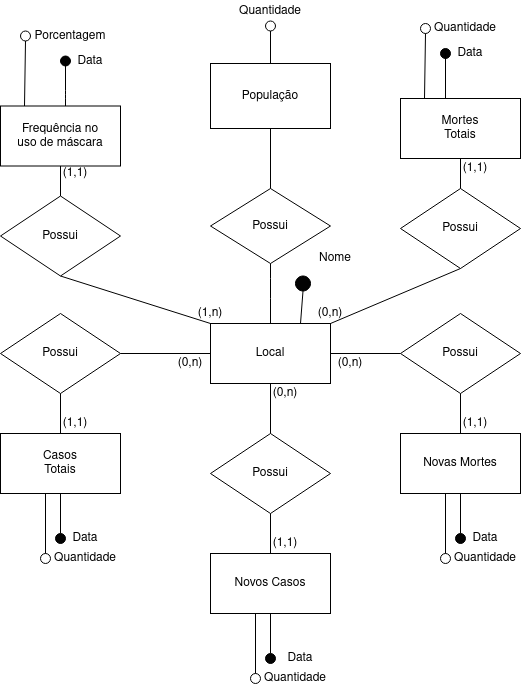
vinidantas98/MC536-Trabalho-Final keeps this draw.io diagram as final/assets/modelo-conceitual.png. Above is the earlier version. Source tidied: cells renumbered, new cells last; positions are measured from the earlier drawing's top-left corner, leaving out a move shared by most shapes.
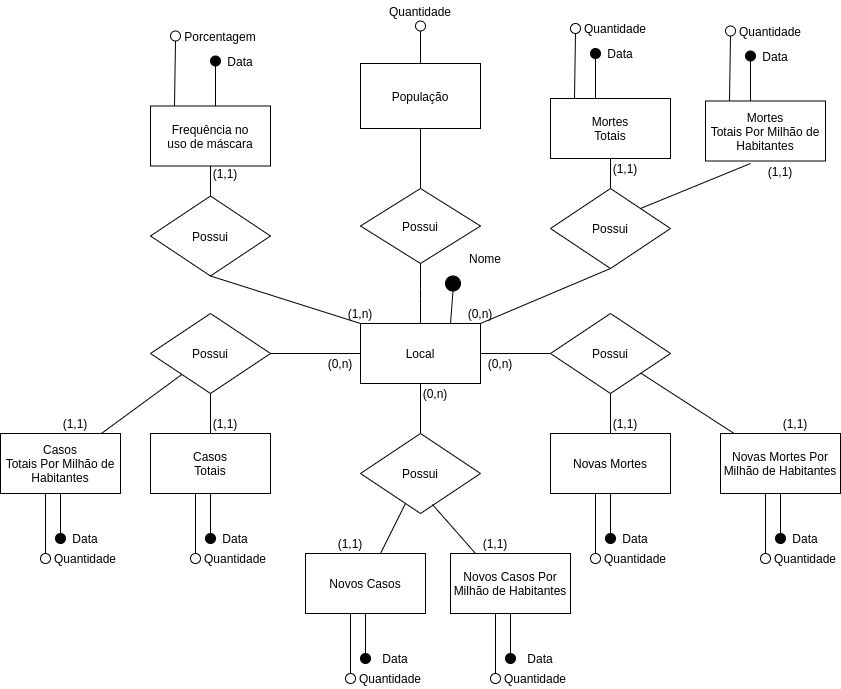
After the change.

The edit, as a diff of the source:
```diff
@@ -24,26 +24,26 @@
       <mxGeometry relative="1" as="geometry" />
     </mxCell>
     <mxCell id="9" value="&lt;div&gt;Novos Casos&lt;/div&gt;" style="rounded=0;whiteSpace=wrap;html=1;fillColor=#FFFFFF;" parent="1" vertex="1">
-      <mxGeometry x="210" y="553" width="120" height="60" as="geometry" />
+      <mxGeometry x="155" y="553" width="120" height="60" as="geometry" />
     </mxCell>
-    <mxCell id="10" style="ellipse;whiteSpace=wrap;html=1;fillColor=#030303;" parent="1" vertex="1">
-      <mxGeometry x="265" y="653" width="10" height="10" as="geometry" />
-    </mxCell>
-    <mxCell id="11" style="ellipse;whiteSpace=wrap;html=1;fillColor=#FFFFFF;" parent="1" vertex="1">
-      <mxGeometry x="250" y="673" width="10" height="10" as="geometry" />
-    </mxCell>
-    <mxCell id="12" style="endArrow=none;html=1;exitX=0.5;exitY=0;exitDx=0;exitDy=0;" parent="1" edge="1" source="10" target="9">
-      <mxGeometry relative="1" as="geometry" />
-    </mxCell>
-    <mxCell id="13" style="endArrow=none;html=1;entryX=0.5;entryY=0;entryDx=0;entryDy=0;exitX=0.375;exitY=1;exitDx=0;exitDy=0;exitPerimeter=0;" parent="1" edge="1" source="9" target="11">
-      <mxGeometry relative="1" as="geometry" />
-    </mxCell>
-    <mxCell id="14" value="Data" style="text;html=1;strokeColor=none;fillColor=none;align=center;verticalAlign=middle;whiteSpace=wrap;rounded=0;" parent="1" vertex="1">
-      <mxGeometry x="280" y="648" width="40" height="20" as="geometry" />
-    </mxCell>
-    <mxCell id="15" value="Quantidade" style="text;html=1;strokeColor=none;fillColor=none;align=center;verticalAlign=middle;whiteSpace=wrap;rounded=0;" parent="1" vertex="1">
-      <mxGeometry x="275" y="668" width="40" height="20" as="geometry" />
-    </mxCell>
+    <mxCell id="76" style="ellipse;whiteSpace=wrap;html=1;fillColor=#030303;" parent="1" vertex="1">
+      <mxGeometry x="210" y="653" width="10" height="10" as="geometry" />
+    </mxCell>
+    <mxCell id="77" style="ellipse;whiteSpace=wrap;html=1;fillColor=#FFFFFF;" parent="1" vertex="1">
+      <mxGeometry x="195" y="673" width="10" height="10" as="geometry" />
+    </mxCell>
+    <mxCell id="78" style="endArrow=none;html=1;exitX=0.5;exitY=0;exitDx=0;exitDy=0;" parent="1" edge="1" source="76" target="9">
+      <mxGeometry relative="1" as="geometry" />
+    </mxCell>
+    <mxCell id="79" style="endArrow=none;html=1;entryX=0.5;entryY=0;entryDx=0;entryDy=0;exitX=0.375;exitY=1;exitDx=0;exitDy=0;exitPerimeter=0;" parent="1" edge="1" source="9" target="77">
+      <mxGeometry relative="1" as="geometry" />
+    </mxCell>
+    <mxCell id="80" value="Data" style="text;html=1;strokeColor=none;fillColor=none;align=center;verticalAlign=middle;whiteSpace=wrap;rounded=0;" parent="1" vertex="1">
+      <mxGeometry x="225" y="648" width="40" height="20" as="geometry" />
+    </mxCell>
+    <mxCell id="81" value="Quantidade" style="text;html=1;strokeColor=none;fillColor=none;align=center;verticalAlign=middle;whiteSpace=wrap;rounded=0;" parent="1" vertex="1">
+      <mxGeometry x="220" y="668" width="40" height="20" as="geometry" />
+    </mxCell>
     <mxCell id="16" value="&lt;div&gt;Possui&lt;/div&gt;" style="rhombus;whiteSpace=wrap;html=1;fillColor=#FFFFFF;" parent="1" vertex="1">
       <mxGeometry x="400" y="313" width="120" height="80" as="geometry" />
     </mxCell>
@@ -110,11 +110,11 @@
     <mxCell id="37" style="ellipse;whiteSpace=wrap;html=1;fillColor=#030303;" parent="1" vertex="1">
       <mxGeometry x="440" y="48" width="10" height="10" as="geometry" />
     </mxCell>
-    <mxCell id="38" style="endArrow=none;html=1;entryX=0.5;entryY=1;entryDx=0;entryDy=0;" parent="1" edge="1" target="37">
-      <mxGeometry relative="1" as="geometry">
-        <mxPoint x="445" y="98" as="sourcePoint" />
-      </mxGeometry>
-    </mxCell>
+    <mxCell id="82" style="endArrow=none;html=1;entryX=0.5;entryY=1;entryDx=0;entryDy=0;" parent="1" edge="1" target="37">
+      <mxGeometry relative="1" as="geometry">
+        <mxPoint x="445" y="98" as="sourcePoint" />
+      </mxGeometry>
+    </mxCell>
     <mxCell id="39" value="Data" style="text;html=1;strokeColor=none;fillColor=none;align=center;verticalAlign=middle;whiteSpace=wrap;rounded=0;" parent="1" vertex="1">
       <mxGeometry x="450" y="43" width="40" height="20" as="geometry" />
     </mxCell>
@@ -178,9 +178,9 @@
     <mxCell id="59" value="(0,n)" style="text;html=1;strokeColor=none;fillColor=none;align=center;verticalAlign=middle;whiteSpace=wrap;rounded=0;" parent="1" vertex="1">
       <mxGeometry x="330" y="353" width="40" height="20" as="geometry" />
     </mxCell>
-    <mxCell id="60" value="(1,1)" style="text;html=1;strokeColor=none;fillColor=none;align=center;verticalAlign=middle;whiteSpace=wrap;rounded=0;" parent="1" vertex="1">
-      <mxGeometry x="265" y="533" width="40" height="20" as="geometry" />
-    </mxCell>
+    <mxCell id="83" value="(1,1)" style="text;html=1;strokeColor=none;fillColor=none;align=center;verticalAlign=middle;whiteSpace=wrap;rounded=0;" parent="1" vertex="1">
+      <mxGeometry x="180" y="533" width="40" height="20" as="geometry" />
+    </mxCell>
     <mxCell id="61" value="(1,1)" style="text;html=1;strokeColor=none;fillColor=none;align=center;verticalAlign=middle;whiteSpace=wrap;rounded=0;" parent="1" vertex="1">
       <mxGeometry x="455" y="413" width="40" height="20" as="geometry" />
     </mxCell>
@@ -212,40 +212,168 @@
     <mxCell id="69" style="ellipse;whiteSpace=wrap;html=1;fillColor=#FFFFFF;" parent="1" vertex="1">
       <mxGeometry x="265" y="20.5" width="10" height="10" as="geometry" />
     </mxCell>
-    <mxCell id="70" style="endArrow=none;html=1;entryX=0.5;entryY=1;entryDx=0;entryDy=0;" parent="1" edge="1" target="37">
-      <mxGeometry relative="1" as="geometry">
-        <mxPoint x="445" y="98" as="sourcePoint" />
-        <Array as="points">
-          <mxPoint x="445" y="88" />
-        </Array>
-      </mxGeometry>
-    </mxCell>
-    <mxCell id="71" style="endArrow=none;html=1;entryX=0.5;entryY=0.5;entryDx=0;entryDy=0;entryPerimeter=0;" parent="1" edge="1" target="37">
-      <mxGeometry relative="1" as="geometry">
-        <mxPoint x="445" y="98" as="sourcePoint" />
-        <Array as="points">
-          <mxPoint x="445" y="88" />
-        </Array>
-      </mxGeometry>
-    </mxCell>
+    <mxCell id="84" style="endArrow=none;html=1;entryX=0.5;entryY=1;entryDx=0;entryDy=0;" parent="1" edge="1" target="37">
+      <mxGeometry relative="1" as="geometry">
+        <mxPoint x="445" y="98" as="sourcePoint" />
+        <Array as="points">
+          <mxPoint x="445" y="88" />
+        </Array>
+      </mxGeometry>
+    </mxCell>
+    <mxCell id="85" style="endArrow=none;html=1;entryX=0.5;entryY=0.5;entryDx=0;entryDy=0;entryPerimeter=0;" parent="1" edge="1" target="37">
+      <mxGeometry relative="1" as="geometry">
+        <mxPoint x="445" y="98" as="sourcePoint" />
+        <Array as="points">
+          <mxPoint x="445" y="88" />
+        </Array>
+      </mxGeometry>
+    </mxCell>
     <mxCell id="72" value="Data" style="text;html=1;strokeColor=none;fillColor=none;align=center;verticalAlign=middle;whiteSpace=wrap;rounded=0;" parent="1" vertex="1">
       <mxGeometry x="70" y="50.5" width="40" height="20" as="geometry" />
     </mxCell>
-    <mxCell id="73" style="endArrow=none;html=1;entryX=0.5;entryY=0.5;entryDx=0;entryDy=0;entryPerimeter=0;startArrow=none;" parent="1" edge="1" source="74">
-      <mxGeometry relative="1" as="geometry">
-        <mxPoint x="65" y="60.5" as="targetPoint" />
-      </mxGeometry>
-    </mxCell>
+    <mxCell id="86" style="endArrow=none;html=1;entryX=0.5;entryY=0.5;entryDx=0;entryDy=0;entryPerimeter=0;startArrow=none;" parent="1" edge="1" source="74">
+      <mxGeometry relative="1" as="geometry">
+        <mxPoint x="65" y="60.5" as="targetPoint" />
+      </mxGeometry>
+    </mxCell>
     <mxCell id="74" style="ellipse;whiteSpace=wrap;html=1;fillColor=#030303;" parent="1" vertex="1">
       <mxGeometry x="60" y="55.5" width="10" height="10" as="geometry" />
     </mxCell>
-    <mxCell id="75" style="endArrow=none;html=1;entryX=0.5;entryY=0.5;entryDx=0;entryDy=0;entryPerimeter=0;" parent="1" edge="1" target="74">
-      <mxGeometry relative="1" as="geometry">
-        <mxPoint x="65" y="105.5" as="sourcePoint" />
-        <Array as="points">
-          <mxPoint x="65" y="95.5" />
-        </Array>
-      </mxGeometry>
-    </mxCell>
+    <mxCell id="87" style="endArrow=none;html=1;entryX=0.5;entryY=0.5;entryDx=0;entryDy=0;entryPerimeter=0;" parent="1" edge="1" target="74">
+      <mxGeometry relative="1" as="geometry">
+        <mxPoint x="65" y="105.5" as="sourcePoint" />
+        <Array as="points">
+          <mxPoint x="65" y="95.5" />
+        </Array>
+      </mxGeometry>
+    </mxCell>
+    <mxCell id="88" value="&lt;div&gt;Novos Casos Por Milhão de Habitantes&lt;/div&gt;" style="rounded=0;whiteSpace=wrap;html=1;fillColor=#FFFFFF;" parent="1" vertex="1">
+      <mxGeometry x="300" y="553" width="120" height="60" as="geometry" />
+    </mxCell>
+    <mxCell id="89" style="ellipse;whiteSpace=wrap;html=1;fillColor=#030303;" parent="1" vertex="1">
+      <mxGeometry x="355" y="653" width="10" height="10" as="geometry" />
+    </mxCell>
+    <mxCell id="90" style="ellipse;whiteSpace=wrap;html=1;fillColor=#FFFFFF;" parent="1" vertex="1">
+      <mxGeometry x="340" y="673" width="10" height="10" as="geometry" />
+    </mxCell>
+    <mxCell id="91" style="endArrow=none;html=1;exitX=0.5;exitY=0;exitDx=0;exitDy=0;" parent="1" edge="1" source="89" target="88">
+      <mxGeometry relative="1" as="geometry" />
+    </mxCell>
+    <mxCell id="92" style="endArrow=none;html=1;entryX=0.5;entryY=0;entryDx=0;entryDy=0;exitX=0.375;exitY=1;exitDx=0;exitDy=0;exitPerimeter=0;" parent="1" edge="1" source="88" target="90">
+      <mxGeometry relative="1" as="geometry" />
+    </mxCell>
+    <mxCell id="93" value="Data" style="text;html=1;strokeColor=none;fillColor=none;align=center;verticalAlign=middle;whiteSpace=wrap;rounded=0;" parent="1" vertex="1">
+      <mxGeometry x="370" y="648" width="40" height="20" as="geometry" />
+    </mxCell>
+    <mxCell id="94" value="Quantidade" style="text;html=1;strokeColor=none;fillColor=none;align=center;verticalAlign=middle;whiteSpace=wrap;rounded=0;" parent="1" vertex="1">
+      <mxGeometry x="365" y="668" width="40" height="20" as="geometry" />
+    </mxCell>
+    <mxCell id="95" value="(1,1)" style="text;html=1;strokeColor=none;fillColor=none;align=center;verticalAlign=middle;whiteSpace=wrap;rounded=0;" parent="1" vertex="1">
+      <mxGeometry x="325" y="533" width="40" height="20" as="geometry" />
+    </mxCell>
+    <mxCell id="96" style="endArrow=none;html=1;entryX=0.6;entryY=0.888;entryDx=0;entryDy=0;entryPerimeter=0;exitX=0;exitY=1;exitDx=0;exitDy=0;" parent="1" edge="1" source="95" target="6">
+      <mxGeometry relative="1" as="geometry" />
+    </mxCell>
+    <mxCell id="97" style="endArrow=none;html=1;" parent="1" edge="1" source="98" target="26">
+      <mxGeometry relative="1" as="geometry" />
+    </mxCell>
+    <mxCell id="98" value="&lt;div&gt;Casos&lt;/div&gt;&lt;div&gt;Totais Por Milhão de Habitantes&lt;br&gt;&lt;/div&gt;" style="rounded=0;whiteSpace=wrap;html=1;fillColor=#FFFFFF;" parent="1" vertex="1">
+      <mxGeometry x="-150" y="433" width="120" height="60" as="geometry" />
+    </mxCell>
+    <mxCell id="99" style="ellipse;whiteSpace=wrap;html=1;fillColor=#030303;" parent="1" vertex="1">
+      <mxGeometry x="-95" y="533" width="10" height="10" as="geometry" />
+    </mxCell>
+    <mxCell id="100" style="ellipse;whiteSpace=wrap;html=1;fillColor=#FFFFFF;" parent="1" vertex="1">
+      <mxGeometry x="-110" y="553" width="10" height="10" as="geometry" />
+    </mxCell>
+    <mxCell id="101" style="endArrow=none;html=1;exitX=0.5;exitY=0;exitDx=0;exitDy=0;" parent="1" edge="1" source="99" target="98">
+      <mxGeometry relative="1" as="geometry" />
+    </mxCell>
+    <mxCell id="102" style="endArrow=none;html=1;entryX=0.5;entryY=0;entryDx=0;entryDy=0;exitX=0.375;exitY=1;exitDx=0;exitDy=0;exitPerimeter=0;" parent="1" edge="1" source="98" target="100">
+      <mxGeometry relative="1" as="geometry" />
+    </mxCell>
+    <mxCell id="103" value="Data" style="text;html=1;strokeColor=none;fillColor=none;align=center;verticalAlign=middle;whiteSpace=wrap;rounded=0;" parent="1" vertex="1">
+      <mxGeometry x="-85" y="528" width="40" height="20" as="geometry" />
+    </mxCell>
+    <mxCell id="104" value="Quantidade" style="text;html=1;strokeColor=none;fillColor=none;align=center;verticalAlign=middle;whiteSpace=wrap;rounded=0;" parent="1" vertex="1">
+      <mxGeometry x="-85" y="548" width="40" height="20" as="geometry" />
+    </mxCell>
+    <mxCell id="105" value="(1,1)" style="text;html=1;strokeColor=none;fillColor=none;align=center;verticalAlign=middle;whiteSpace=wrap;rounded=0;" parent="1" vertex="1">
+      <mxGeometry x="-95" y="413" width="40" height="20" as="geometry" />
+    </mxCell>
+    <mxCell id="106" style="endArrow=none;html=1;" parent="1" edge="1" source="107" target="16">
+      <mxGeometry relative="1" as="geometry" />
+    </mxCell>
+    <mxCell id="107" value="&lt;div&gt;Novas Mortes Por Milhão de Habitantes&lt;/div&gt;" style="rounded=0;whiteSpace=wrap;html=1;fillColor=#FFFFFF;" parent="1" vertex="1">
+      <mxGeometry x="570" y="433" width="120" height="60" as="geometry" />
+    </mxCell>
+    <mxCell id="108" style="ellipse;whiteSpace=wrap;html=1;fillColor=#030303;" parent="1" vertex="1">
+      <mxGeometry x="625" y="533" width="10" height="10" as="geometry" />
+    </mxCell>
+    <mxCell id="109" style="ellipse;whiteSpace=wrap;html=1;fillColor=#FFFFFF;" parent="1" vertex="1">
+      <mxGeometry x="610" y="553" width="10" height="10" as="geometry" />
+    </mxCell>
+    <mxCell id="110" style="endArrow=none;html=1;exitX=0.5;exitY=0;exitDx=0;exitDy=0;" parent="1" edge="1" source="108" target="107">
+      <mxGeometry relative="1" as="geometry" />
+    </mxCell>
+    <mxCell id="111" style="endArrow=none;html=1;entryX=0.5;entryY=0;entryDx=0;entryDy=0;exitX=0.375;exitY=1;exitDx=0;exitDy=0;exitPerimeter=0;" parent="1" edge="1" source="107" target="109">
+      <mxGeometry relative="1" as="geometry" />
+    </mxCell>
+    <mxCell id="112" value="Data" style="text;html=1;strokeColor=none;fillColor=none;align=center;verticalAlign=middle;whiteSpace=wrap;rounded=0;" parent="1" vertex="1">
+      <mxGeometry x="635" y="528" width="40" height="20" as="geometry" />
+    </mxCell>
+    <mxCell id="113" value="Quantidade" style="text;html=1;strokeColor=none;fillColor=none;align=center;verticalAlign=middle;whiteSpace=wrap;rounded=0;" parent="1" vertex="1">
+      <mxGeometry x="635" y="548" width="40" height="20" as="geometry" />
+    </mxCell>
+    <mxCell id="114" value="(1,1)" style="text;html=1;strokeColor=none;fillColor=none;align=center;verticalAlign=middle;whiteSpace=wrap;rounded=0;" parent="1" vertex="1">
+      <mxGeometry x="625" y="413" width="40" height="20" as="geometry" />
+    </mxCell>
+    <mxCell id="115" value="&lt;div&gt;Mortes&lt;/div&gt;&lt;div&gt;Totais Por Milhão de Habitantes&lt;br&gt;&lt;/div&gt;" style="rounded=0;whiteSpace=wrap;html=1;" parent="1" vertex="1">
+      <mxGeometry x="555" y="100.5" width="120" height="60" as="geometry" />
+    </mxCell>
+    <mxCell id="116" style="ellipse;whiteSpace=wrap;html=1;fillColor=#030303;" parent="1" vertex="1">
+      <mxGeometry x="595" y="50.5" width="10" height="10" as="geometry" />
+    </mxCell>
+    <mxCell id="117" style="endArrow=none;html=1;entryX=0.5;entryY=1;entryDx=0;entryDy=0;" parent="1" edge="1" target="116">
+      <mxGeometry relative="1" as="geometry">
+        <mxPoint x="600" y="100.5" as="sourcePoint" />
+      </mxGeometry>
+    </mxCell>
+    <mxCell id="118" value="Data" style="text;html=1;strokeColor=none;fillColor=none;align=center;verticalAlign=middle;whiteSpace=wrap;rounded=0;" parent="1" vertex="1">
+      <mxGeometry x="605" y="45.5" width="40" height="20" as="geometry" />
+    </mxCell>
+    <mxCell id="119" style="ellipse;whiteSpace=wrap;html=1;fillColor=#FFFFFF;" parent="1" vertex="1">
+      <mxGeometry x="575" y="25.5" width="10" height="10" as="geometry" />
+    </mxCell>
+    <mxCell id="120" style="endArrow=none;html=1;entryX=0.2;entryY=0;entryDx=0;entryDy=0;entryPerimeter=0;exitX=0.5;exitY=1;exitDx=0;exitDy=0;" parent="1" edge="1" source="119" target="115">
+      <mxGeometry relative="1" as="geometry" />
+    </mxCell>
+    <mxCell id="121" value="Quantidade" style="text;html=1;strokeColor=none;fillColor=none;align=center;verticalAlign=middle;whiteSpace=wrap;rounded=0;" parent="1" vertex="1">
+      <mxGeometry x="600" y="20.5" width="40" height="20" as="geometry" />
+    </mxCell>
+    <mxCell id="122" value="(1,1)" style="text;html=1;strokeColor=none;fillColor=none;align=center;verticalAlign=middle;whiteSpace=wrap;rounded=0;" parent="1" vertex="1">
+      <mxGeometry x="610" y="160.5" width="40" height="20" as="geometry" />
+    </mxCell>
+    <mxCell id="123" style="endArrow=none;html=1;entryX=0.5;entryY=1;entryDx=0;entryDy=0;" parent="1" edge="1" target="116">
+      <mxGeometry relative="1" as="geometry">
+        <mxPoint x="600" y="100.5" as="sourcePoint" />
+        <Array as="points">
+          <mxPoint x="600" y="90.5" />
+        </Array>
+      </mxGeometry>
+    </mxCell>
+    <mxCell id="124" style="endArrow=none;html=1;entryX=0.5;entryY=0.5;entryDx=0;entryDy=0;entryPerimeter=0;" parent="1" edge="1" target="116">
+      <mxGeometry relative="1" as="geometry">
+        <mxPoint x="600" y="100.5" as="sourcePoint" />
+        <Array as="points">
+          <mxPoint x="600" y="90.5" />
+        </Array>
+      </mxGeometry>
+    </mxCell>
+    <mxCell id="125" style="endArrow=none;html=1;entryX=1;entryY=0;entryDx=0;entryDy=0;" parent="1" edge="1" target="40">
+      <mxGeometry relative="1" as="geometry">
+        <mxPoint x="600" y="163" as="sourcePoint" />
+      </mxGeometry>
+    </mxCell>
   </root>
 </mxGraphModel>
```
